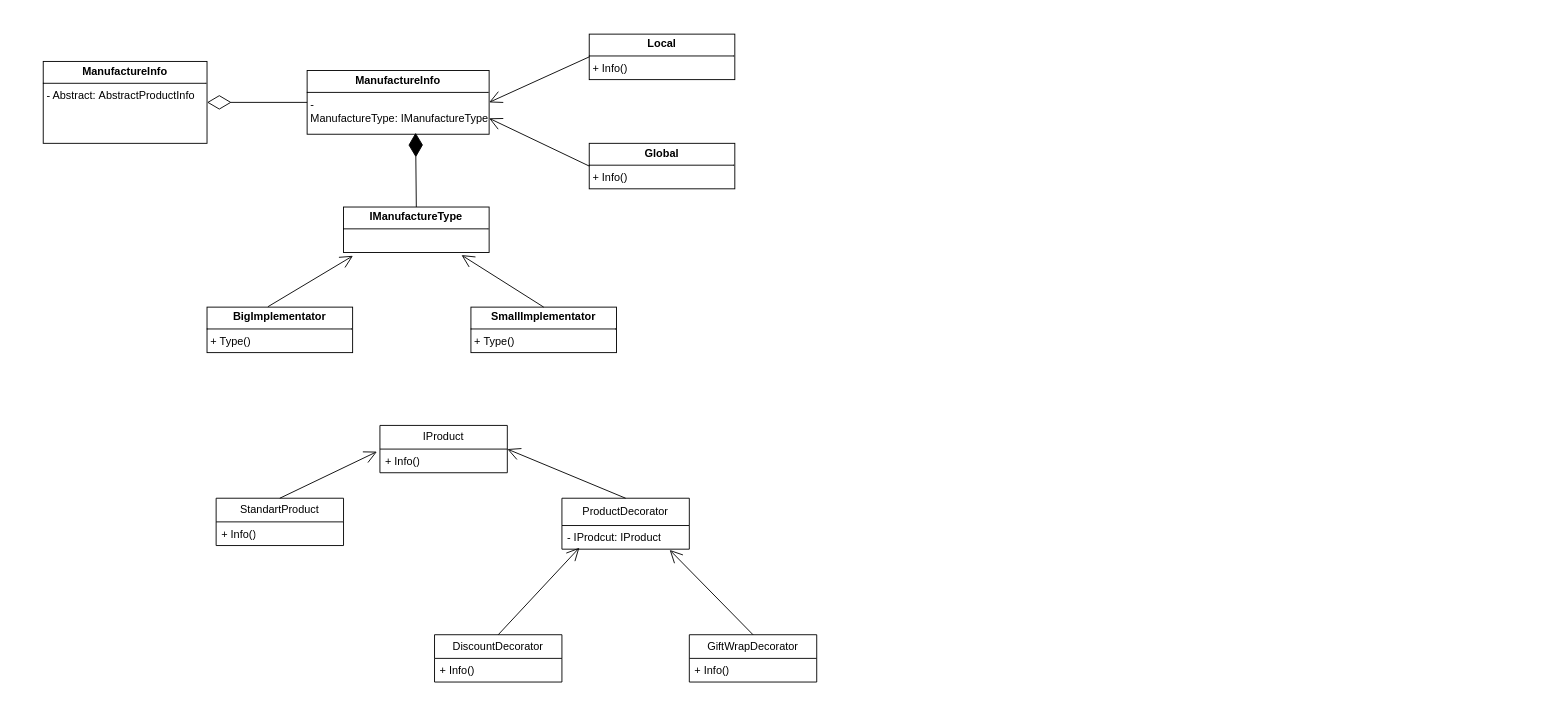
This is class.drawio from GokaPek/Noting, a draw.io file, before an edit. Source tidied: cells renumbered, new cells numbered last; positions are measured from the earlier drawing's top-left corner, leaving out a move shared by most shapes. Both pictures are drawn from the tidied source at 91%, with x=0, y=0 at pixel (43, 34).
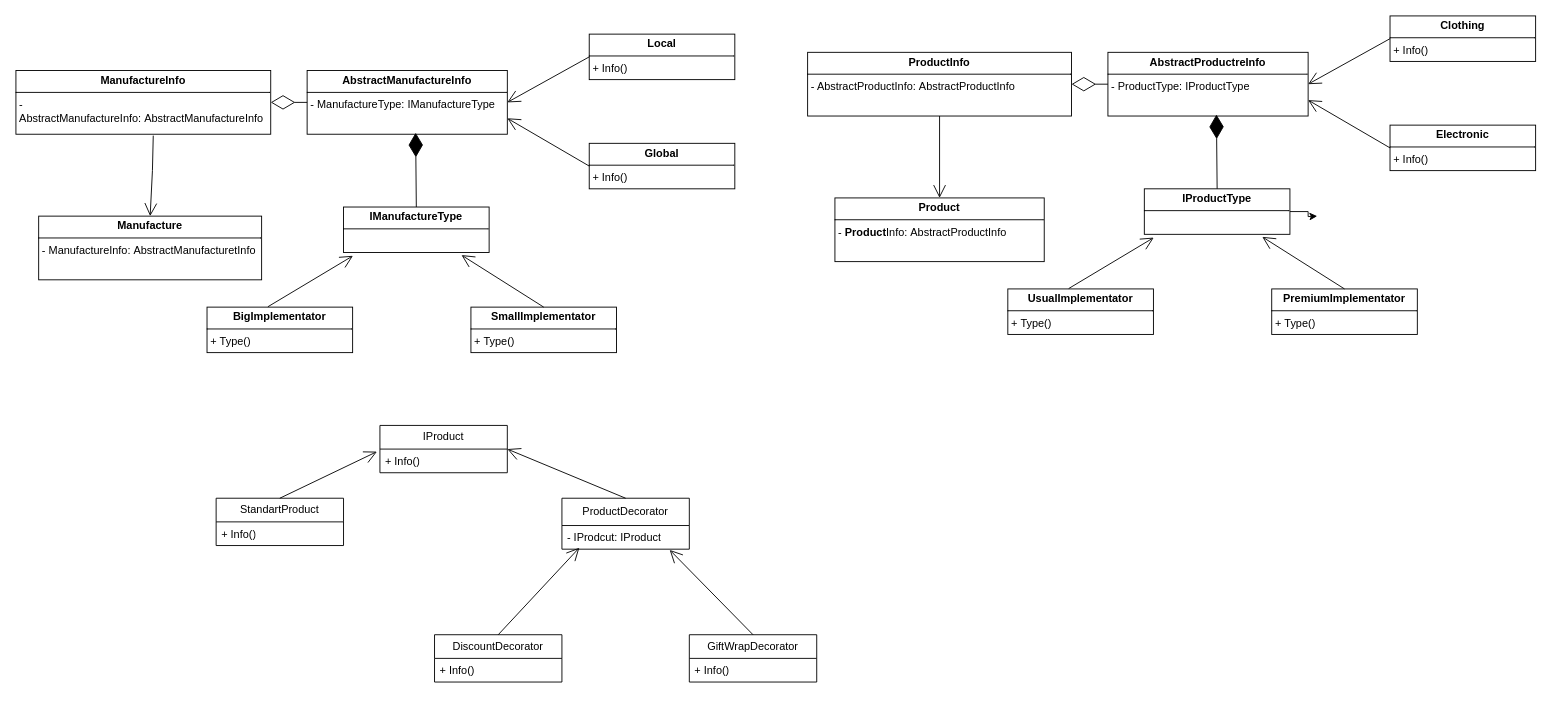
After the change.

The change refers to these unchanged cells:
```xml
<mxCell id="6" value="&lt;p style=&quot;margin:0px;margin-top:4px;text-align:center;&quot;&gt;&lt;b&gt;I&lt;/b&gt;&lt;b&gt;Manufacture&lt;/b&gt;&lt;b&gt;Type&lt;/b&gt;&lt;/p&gt;&lt;hr size=&quot;1&quot; style=&quot;border-style:solid;&quot;&gt;&lt;p style=&quot;margin:0px;margin-left:4px;&quot;&gt;&lt;br&gt;&lt;/p&gt;" style="verticalAlign=top;align=left;overflow=fill;html=1;whiteSpace=wrap;" parent="1" vertex="1">
  <mxGeometry x="330" y="190" width="160" height="50" as="geometry" />
</mxCell>
```

Diff of the diagram source:
```diff
@@
-    <mxCell id="2" value="&lt;p style=&quot;margin:0px;margin-top:4px;text-align:center;&quot;&gt;&lt;b&gt;ManufactureInfo&lt;/b&gt;&lt;/p&gt;&lt;hr size=&quot;1&quot; style=&quot;border-style:solid;&quot;&gt;&lt;p style=&quot;margin:0px;margin-left:4px;&quot;&gt;- Abstract:&amp;nbsp;&lt;span style=&quot;background-color: initial;&quot;&gt;AbstractProductInfo&lt;/span&gt;&lt;span style=&quot;background-color: initial;&quot;&gt;&amp;nbsp;&lt;/span&gt;&lt;/p&gt;" style="verticalAlign=top;align=left;overflow=fill;html=1;whiteSpace=wrap;" parent="1" vertex="1">
-      <mxGeometry y="30" width="180" height="90" as="geometry" />
+    <mxCell id="2" value="&lt;p style=&quot;margin:0px;margin-top:4px;text-align:center;&quot;&gt;&lt;b&gt;ManufactureInfo&lt;/b&gt;&lt;/p&gt;&lt;hr size=&quot;1&quot; style=&quot;border-style:solid;&quot;&gt;&lt;p style=&quot;margin:0px;margin-left:4px;&quot;&gt;- AbstractManufactureInfo:&amp;nbsp;&lt;span style=&quot;background-color: initial;&quot;&gt;AbstractManufactureInfo&lt;/span&gt;&lt;span style=&quot;background-color: initial;&quot;&gt;&amp;nbsp;&lt;/span&gt;&lt;/p&gt;" style="verticalAlign=top;align=left;overflow=fill;html=1;whiteSpace=wrap;" parent="1" vertex="1">
+      <mxGeometry x="-30" y="40" width="280" height="70" as="geometry" />
     </mxCell>
-    <mxCell id="3" value="&lt;p style=&quot;margin:0px;margin-top:4px;text-align:center;&quot;&gt;&lt;b style=&quot;background-color: initial;&quot;&gt;Manufacture&lt;/b&gt;&lt;b&gt;Info&lt;/b&gt;&lt;/p&gt;&lt;hr size=&quot;1&quot; style=&quot;border-style:solid;&quot;&gt;&lt;p style=&quot;margin:0px;margin-left:4px;&quot;&gt;- ManufactureType:&amp;nbsp;&lt;span style=&quot;background-color: initial;&quot;&gt;IManufactureType&lt;/span&gt;&lt;span style=&quot;background-color: initial;&quot;&gt;&amp;nbsp;&lt;/span&gt;&lt;/p&gt;" style="verticalAlign=top;align=left;overflow=fill;html=1;whiteSpace=wrap;" parent="1" vertex="1">
-      <mxGeometry x="290" y="40" width="200" height="70" as="geometry" />
+    <mxCell id="3" value="&lt;p style=&quot;margin:0px;margin-top:4px;text-align:center;&quot;&gt;&lt;b style=&quot;background-color: initial;&quot;&gt;AbstractManufacture&lt;/b&gt;&lt;b&gt;Info&lt;/b&gt;&lt;/p&gt;&lt;hr size=&quot;1&quot; style=&quot;border-style:solid;&quot;&gt;&lt;p style=&quot;margin:0px;margin-left:4px;&quot;&gt;- ManufactureType:&amp;nbsp;&lt;span style=&quot;background-color: initial;&quot;&gt;IManufactureType&lt;/span&gt;&lt;span style=&quot;background-color: initial;&quot;&gt;&amp;nbsp;&lt;/span&gt;&lt;/p&gt;" style="verticalAlign=top;align=left;overflow=fill;html=1;whiteSpace=wrap;" parent="1" vertex="1">
+      <mxGeometry x="290" y="40" width="220" height="70" as="geometry" />
     </mxCell>
@@
-    <mxCell id="12" style="endArrow=diamondThin;endFill=1;endSize=24;html=1;rounded=0;entryX=0.596;entryY=0.977;entryDx=0;entryDy=0;exitX=0.5;exitY=0;exitDx=0;exitDy=0;entryPerimeter=0;" parent="1" edge="1" source="6" target="3">
+    <mxCell id="12" style="endArrow=diamondThin;endFill=1;endSize=24;html=1;rounded=0;entryX=0.542;entryY=0.977;entryDx=0;entryDy=0;exitX=0.5;exitY=0;exitDx=0;exitDy=0;entryPerimeter=0;" parent="1" edge="1" source="6" target="3">
       <mxGeometry relative="1" as="geometry" />
     </mxCell>
@@
+    <mxCell id="29" value="&lt;p style=&quot;margin:0px;margin-top:4px;text-align:center;&quot;&gt;&lt;b&gt;Manufacture&lt;/b&gt;&lt;/p&gt;&lt;hr size=&quot;1&quot; style=&quot;border-style:solid;&quot;&gt;&lt;p style=&quot;margin:0px;margin-left:4px;&quot;&gt;- ManufactureInfo:&amp;nbsp;&lt;span style=&quot;background-color: initial;&quot;&gt;AbstractManufacturetInfo&lt;/span&gt;&lt;span style=&quot;background-color: initial;&quot;&gt;&amp;nbsp;&lt;/span&gt;&lt;/p&gt;" style="verticalAlign=top;align=left;overflow=fill;html=1;whiteSpace=wrap;" parent="1" vertex="1">
+      <mxGeometry x="-5" y="200" width="245" height="70" as="geometry" />
+    </mxCell>
+    <mxCell id="30" style="endArrow=open;endFill=1;endSize=12;html=1;rounded=0;exitX=0.539;exitY=1.022;exitDx=0;exitDy=0;entryX=0.5;entryY=0;entryDx=0;entryDy=0;exitPerimeter=0;" parent="1" edge="1" source="2" target="29">
+      <mxGeometry relative="1" as="geometry">
+        <Array as="points">
+          <mxPoint x="120" y="150" />
+        </Array>
+      </mxGeometry>
+    </mxCell>
+    <mxCell id="31" value="&lt;p style=&quot;margin:0px;margin-top:4px;text-align:center;&quot;&gt;&lt;b style=&quot;background-color: initial;&quot;&gt;Product&lt;/b&gt;&lt;b&gt;Info&lt;/b&gt;&lt;/p&gt;&lt;hr size=&quot;1&quot; style=&quot;border-style:solid;&quot;&gt;&lt;p style=&quot;margin:0px;margin-left:4px;&quot;&gt;- AbstractProductInfo:&amp;nbsp;&lt;span style=&quot;background-color: initial;&quot;&gt;Abstract&lt;/span&gt;Product&lt;span style=&quot;background-color: initial;&quot;&gt;Info&lt;/span&gt;&lt;span style=&quot;background-color: initial;&quot;&gt;&amp;nbsp;&lt;/span&gt;&lt;/p&gt;" style="verticalAlign=top;align=left;overflow=fill;html=1;whiteSpace=wrap;" parent="1" vertex="1">
+      <mxGeometry x="840" y="20" width="290" height="70" as="geometry" />
+    </mxCell>
+    <mxCell id="32" value="&lt;p style=&quot;margin:0px;margin-top:4px;text-align:center;&quot;&gt;&lt;b style=&quot;background-color: initial;&quot;&gt;AbstractProductre&lt;/b&gt;&lt;b&gt;Info&lt;/b&gt;&lt;/p&gt;&lt;hr size=&quot;1&quot; style=&quot;border-style:solid;&quot;&gt;&lt;p style=&quot;margin:0px;margin-left:4px;&quot;&gt;- ProductType:&amp;nbsp;&lt;span style=&quot;background-color: initial;&quot;&gt;I&lt;/span&gt;Product&lt;span style=&quot;background-color: initial;&quot;&gt;Type&lt;/span&gt;&lt;span style=&quot;background-color: initial;&quot;&gt;&amp;nbsp;&lt;/span&gt;&lt;/p&gt;" style="verticalAlign=top;align=left;overflow=fill;html=1;whiteSpace=wrap;" parent="1" vertex="1">
+      <mxGeometry x="1170" y="20" width="220" height="70" as="geometry" />
+    </mxCell>
+    <mxCell id="33" value="&lt;p style=&quot;margin:0px;margin-top:4px;text-align:center;&quot;&gt;&lt;b&gt;Clothing&lt;/b&gt;&lt;/p&gt;&lt;hr size=&quot;1&quot; style=&quot;border-style:solid;&quot;&gt;&lt;p style=&quot;margin:0px;margin-left:4px;&quot;&gt;+ Info()&lt;span style=&quot;background-color: initial;&quot;&gt;&amp;nbsp;&lt;/span&gt;&lt;/p&gt;" style="verticalAlign=top;align=left;overflow=fill;html=1;whiteSpace=wrap;" parent="1" vertex="1">
+      <mxGeometry x="1480" y="-20" width="160" height="50" as="geometry" />
+    </mxCell>
+    <mxCell id="34" value="&lt;p style=&quot;margin:0px;margin-top:4px;text-align:center;&quot;&gt;&lt;b&gt;Electronic&lt;/b&gt;&lt;/p&gt;&lt;hr size=&quot;1&quot; style=&quot;border-style:solid;&quot;&gt;&lt;p style=&quot;margin:0px;margin-left:4px;&quot;&gt;+ Info()&lt;span style=&quot;background-color: initial;&quot;&gt;&amp;nbsp;&lt;/span&gt;&lt;/p&gt;" style="verticalAlign=top;align=left;overflow=fill;html=1;whiteSpace=wrap;" parent="1" vertex="1">
+      <mxGeometry x="1480" y="100" width="160" height="50" as="geometry" />
+    </mxCell>
+    <mxCell id="35" style="edgeStyle=orthogonalEdgeStyle;rounded=0;jettySize=auto;html=1;" parent="1" edge="1" source="36">
+      <mxGeometry relative="1" as="geometry">
+        <mxPoint x="1400" y="200" as="targetPoint" />
+      </mxGeometry>
+    </mxCell>
+    <mxCell id="36" value="&lt;p style=&quot;margin:0px;margin-top:4px;text-align:center;&quot;&gt;&lt;b&gt;I&lt;/b&gt;&lt;b style=&quot;background-color: initial;&quot;&gt;Product&lt;/b&gt;&lt;b&gt;Type&lt;/b&gt;&lt;/p&gt;&lt;hr size=&quot;1&quot; style=&quot;border-style:solid;&quot;&gt;&lt;p style=&quot;margin:0px;margin-left:4px;&quot;&gt;&lt;br&gt;&lt;/p&gt;" style="verticalAlign=top;align=left;overflow=fill;html=1;whiteSpace=wrap;" parent="1" vertex="1">
+      <mxGeometry x="1210" y="170" width="160" height="50" as="geometry" />
+    </mxCell>
+    <mxCell id="37" value="&lt;p style=&quot;margin:0px;margin-top:4px;text-align:center;&quot;&gt;&lt;b&gt;UsualImplementator&lt;/b&gt;&lt;/p&gt;&lt;hr size=&quot;1&quot; style=&quot;border-style:solid;&quot;&gt;&lt;p style=&quot;margin:0px;margin-left:4px;&quot;&gt;+&amp;nbsp;&lt;span style=&quot;background-color: initial;&quot;&gt;Type()&lt;/span&gt;&lt;/p&gt;" style="verticalAlign=top;align=left;overflow=fill;html=1;whiteSpace=wrap;" parent="1" vertex="1">
+      <mxGeometry x="1060" y="280" width="160" height="50" as="geometry" />
+    </mxCell>
+    <mxCell id="38" value="&lt;p style=&quot;margin:0px;margin-top:4px;text-align:center;&quot;&gt;&lt;b&gt;PremiumImplementator&lt;/b&gt;&lt;/p&gt;&lt;hr size=&quot;1&quot; style=&quot;border-style:solid;&quot;&gt;&lt;p style=&quot;margin:0px;margin-left:4px;&quot;&gt;+&amp;nbsp;&lt;span style=&quot;background-color: initial;&quot;&gt;Type()&lt;/span&gt;&lt;/p&gt;" style="verticalAlign=top;align=left;overflow=fill;html=1;whiteSpace=wrap;" parent="1" vertex="1">
+      <mxGeometry x="1350" y="280" width="160" height="50" as="geometry" />
+    </mxCell>
+    <mxCell id="39" style="endArrow=diamondThin;endFill=0;endSize=24;html=1;rounded=0;entryX=1;entryY=0.5;entryDx=0;entryDy=0;exitX=0;exitY=0.5;exitDx=0;exitDy=0;" parent="1" edge="1" source="32" target="31">
+      <mxGeometry relative="1" as="geometry" />
+    </mxCell>
+    <mxCell id="40" style="endArrow=open;endFill=1;endSize=12;html=1;rounded=0;exitX=0;exitY=0.5;exitDx=0;exitDy=0;entryX=1;entryY=0.5;entryDx=0;entryDy=0;" parent="1" edge="1" source="33" target="32">
+      <mxGeometry relative="1" as="geometry" />
+    </mxCell>
+    <mxCell id="41" style="endArrow=open;endFill=1;endSize=12;html=1;rounded=0;entryX=1;entryY=0.75;entryDx=0;entryDy=0;exitX=0;exitY=0.5;exitDx=0;exitDy=0;" parent="1" edge="1" source="34" target="32">
+      <mxGeometry relative="1" as="geometry" />
+    </mxCell>
+    <mxCell id="42" style="endArrow=diamondThin;endFill=1;endSize=24;html=1;rounded=0;entryX=0.542;entryY=0.977;entryDx=0;entryDy=0;exitX=0.5;exitY=0;exitDx=0;exitDy=0;entryPerimeter=0;" parent="1" edge="1" source="36" target="32">
+      <mxGeometry relative="1" as="geometry" />
+    </mxCell>
+    <mxCell id="43" style="endArrow=open;endFill=1;endSize=12;html=1;rounded=0;entryX=0.81;entryY=1.056;entryDx=0;entryDy=0;entryPerimeter=0;exitX=0.5;exitY=0;exitDx=0;exitDy=0;" parent="1" edge="1" source="38" target="36">
+      <mxGeometry relative="1" as="geometry" />
+    </mxCell>
+    <mxCell id="44" style="endArrow=open;endFill=1;endSize=12;html=1;rounded=0;entryX=0.065;entryY=1.072;entryDx=0;entryDy=0;entryPerimeter=0;exitX=0.418;exitY=-0.008;exitDx=0;exitDy=0;exitPerimeter=0;" parent="1" edge="1" source="37" target="36">
+      <mxGeometry relative="1" as="geometry" />
+    </mxCell>
+    <mxCell id="45" value="&lt;p style=&quot;margin:0px;margin-top:4px;text-align:center;&quot;&gt;&lt;b style=&quot;background-color: initial;&quot;&gt;Product&lt;/b&gt;&lt;br&gt;&lt;/p&gt;&lt;hr size=&quot;1&quot; style=&quot;border-style:solid;&quot;&gt;&lt;p style=&quot;margin:0px;margin-left:4px;&quot;&gt;-&amp;nbsp;&lt;b style=&quot;text-align: center; background-color: initial;&quot;&gt;Product&lt;/b&gt;Info:&amp;nbsp;&lt;span style=&quot;background-color: initial;&quot;&gt;AbstractProductInfo&lt;/span&gt;&lt;span style=&quot;background-color: initial;&quot;&gt;&amp;nbsp;&lt;/span&gt;&lt;/p&gt;" style="verticalAlign=top;align=left;overflow=fill;html=1;whiteSpace=wrap;" parent="1" vertex="1">
+      <mxGeometry x="870" y="180" width="230" height="70" as="geometry" />
+    </mxCell>
+    <mxCell id="46" style="endArrow=open;endFill=1;endSize=12;html=1;rounded=0;exitX=0.5;exitY=1;exitDx=0;exitDy=0;entryX=0.5;entryY=0;entryDx=0;entryDy=0;" parent="1" edge="1" source="31" target="45">
+      <mxGeometry relative="1" as="geometry" />
+    </mxCell>
```
